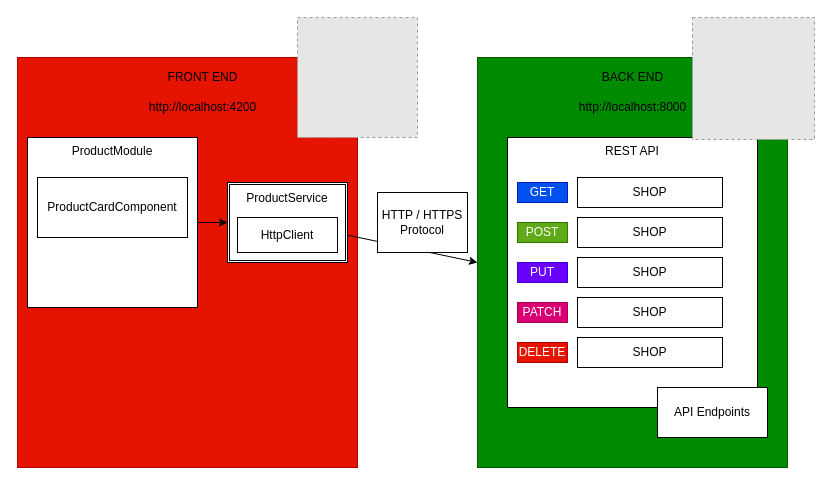
hello-world-capitanes/tienda-online-server-alumnos keeps this draw.io diagram as documents/frontend-vs-backend.drawio. Above is the earlier version. Source tidied: cells renumbered, new cells numbered last; positions are measured from the earlier drawing's top-left corner, leaving out a move shared by most shapes. Both pictures are drawn from the tidied source at 100%, with x=0, y=0 at pixel (17, 17). Pictures stored in the file or linked from it are replaced by grey dashed boxes.
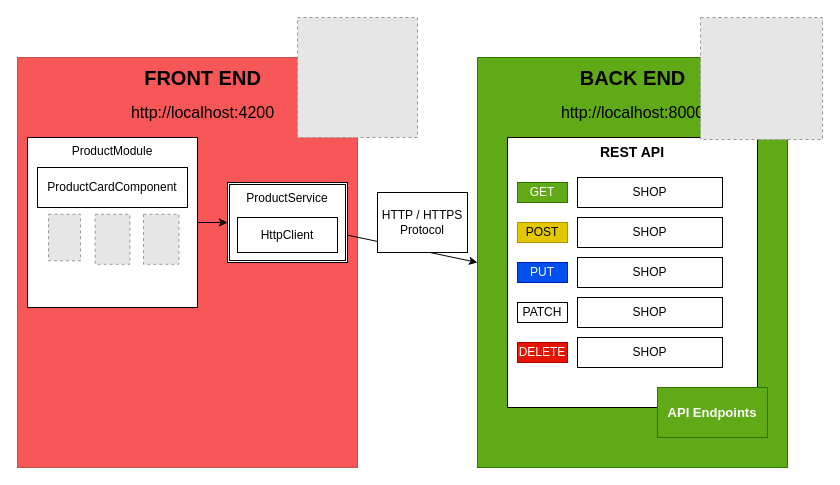
Above is the later version.

Commit message (it also covers changes not shown here):
User update functionality and diagrams

Diff of the diagram source:
```diff
@@
-    <mxCell id="2" style="rounded=0;whiteSpace=wrap;html=1;fillColor=#e51400;fontColor=#ffffff;strokeColor=#B20000;" parent="1" vertex="1">
+    <mxCell id="2" style="rounded=0;whiteSpace=wrap;html=1;fillColor=#F85757;strokeColor=#b85450;" parent="1" vertex="1">
       <mxGeometry y="40" width="340" height="410" as="geometry" />
     </mxCell>
-    <mxCell id="3" value="FRONT END" style="text;html=1;align=center;verticalAlign=middle;strokeColor=none;fillColor=none;" parent="1" vertex="1">
-      <mxGeometry x="140" y="50" width="90" height="20" as="geometry" />
+    <mxCell id="3" value="FRONT END" style="text;html=1;align=center;verticalAlign=middle;strokeColor=none;fillColor=none;strokeWidth=1;fontStyle=1;fontSize=20;" parent="1" vertex="1">
+      <mxGeometry x="120" y="45" width="130" height="30" as="geometry" />
     </mxCell>
-    <mxCell id="4" style="rounded=0;whiteSpace=wrap;html=1;fillColor=#008a00;fontColor=#ffffff;strokeColor=#005700;" parent="1" vertex="1">
+    <mxCell id="4" style="rounded=0;whiteSpace=wrap;html=1;fillColor=#60a917;strokeColor=#2D7600;fontColor=#ffffff;" parent="1" vertex="1">
       <mxGeometry x="460" y="40" width="310" height="410" as="geometry" />
     </mxCell>
-    <mxCell id="5" value="BACK END" style="text;html=1;align=center;verticalAlign=middle;strokeColor=none;fillColor=none;" parent="1" vertex="1">
-      <mxGeometry x="575" y="50" width="80" height="20" as="geometry" />
+    <mxCell id="5" value="BACK END" style="text;html=1;align=center;verticalAlign=middle;strokeColor=none;fillColor=none;fontSize=20;fontStyle=1;" parent="1" vertex="1">
+      <mxGeometry x="555" y="45" width="120" height="30" as="geometry" />
     </mxCell>
-    <mxCell id="6" value="http://localhost:4200" style="text;html=1;align=center;verticalAlign=middle;strokeColor=none;fillColor=none;" parent="1" vertex="1">
-      <mxGeometry x="125" y="80" width="120" height="20" as="geometry" />
+    <mxCell id="6" value="http://localhost:4200" style="text;html=1;align=center;verticalAlign=middle;strokeColor=none;fillColor=none;fontSize=16;" parent="1" vertex="1">
+      <mxGeometry x="105" y="85" width="160" height="20" as="geometry" />
     </mxCell>
-    <mxCell id="7" value="http://localhost:8000" style="text;html=1;align=center;verticalAlign=middle;strokeColor=none;fillColor=none;" parent="1" vertex="1">
-      <mxGeometry x="555" y="80" width="120" height="20" as="geometry" />
+    <mxCell id="7" value="http://localhost:8000" style="text;html=1;align=center;verticalAlign=middle;strokeColor=none;fillColor=none;fontSize=16;" parent="1" vertex="1">
+      <mxGeometry x="535" y="85" width="160" height="20" as="geometry" />
     </mxCell>
@@
     <mxCell id="10" value="ProductCardComponent" style="rounded=0;whiteSpace=wrap;html=1;" parent="1" vertex="1">
-      <mxGeometry x="20" y="160" width="150" height="60" as="geometry" />
+      <mxGeometry x="20" y="150" width="150" height="40" as="geometry" />
     </mxCell>
@@
-    <mxCell id="15" value="REST API" style="rounded=0;whiteSpace=wrap;html=1;verticalAlign=top;" parent="1" vertex="1">
+    <mxCell id="15" value="REST API" style="rounded=0;whiteSpace=wrap;html=1;verticalAlign=top;fontStyle=1;fontSize=14;" parent="1" vertex="1">
       <mxGeometry x="490" y="120" width="250" height="270" as="geometry" />
     </mxCell>
@@
-    <mxCell id="17" value="GET" style="rounded=0;whiteSpace=wrap;html=1;fillColor=#0050ef;fontColor=#ffffff;strokeColor=#001DBC;" parent="1" vertex="1">
+    <mxCell id="17" value="GET" style="rounded=0;whiteSpace=wrap;html=1;fillColor=#60a917;fontColor=#ffffff;strokeColor=#2D7600;" parent="1" vertex="1">
       <mxGeometry x="500" y="165" width="50" height="20" as="geometry" />
     </mxCell>
@@
-    <mxCell id="19" value="POST" style="rounded=0;whiteSpace=wrap;html=1;fillColor=#60a917;fontColor=#ffffff;strokeColor=#2D7600;" parent="1" vertex="1">
+    <mxCell id="19" value="POST" style="rounded=0;whiteSpace=wrap;html=1;fillColor=#e3c800;fontColor=#000000;strokeColor=#B09500;" parent="1" vertex="1">
       <mxGeometry x="500" y="205" width="50" height="20" as="geometry" />
     </mxCell>
@@
-    <mxCell id="21" value="PUT" style="rounded=0;whiteSpace=wrap;html=1;fillColor=#6a00ff;fontColor=#ffffff;strokeColor=#3700CC;" parent="1" vertex="1">
+    <mxCell id="21" value="PUT" style="rounded=0;whiteSpace=wrap;html=1;fillColor=#0050ef;fontColor=#ffffff;strokeColor=#001DBC;" parent="1" vertex="1">
       <mxGeometry x="500" y="245" width="50" height="20" as="geometry" />
     </mxCell>
@@
-    <mxCell id="23" value="PATCH" style="rounded=0;whiteSpace=wrap;html=1;fillColor=#d80073;fontColor=#ffffff;strokeColor=#A50040;" parent="1" vertex="1">
+    <mxCell id="23" value="PATCH" style="rounded=0;whiteSpace=wrap;html=1;" parent="1" vertex="1">
       <mxGeometry x="500" y="285" width="50" height="20" as="geometry" />
     </mxCell>
@@
-    <mxCell id="26" value="API Endpoints" style="rounded=0;whiteSpace=wrap;html=1;" parent="1" vertex="1">
+    <mxCell id="26" value="API Endpoints" style="rounded=0;whiteSpace=wrap;html=1;fillColor=#60a917;fontColor=#ffffff;strokeColor=#2D7600;fontStyle=1;fontSize=13;" parent="1" vertex="1">
       <mxGeometry x="640" y="370" width="110" height="50" as="geometry" />
     </mxCell>
@@
     <mxCell id="28" style="fillColor=#E6E6E6;strokeColor=#999999;dashed=1;verticalLabelPosition=bottom;labelBackgroundColor=#ffffff;verticalAlign=top;" parent="1" vertex="1">
-      <mxGeometry x="675" width="122" height="122" as="geometry" />
+      <mxGeometry x="683" width="122" height="122" as="geometry" />
     </mxCell>
+    <mxCell id="29" style="fillColor=#E6E6E6;strokeColor=#999999;dashed=1;verticalLabelPosition=bottom;labelBackgroundColor=#ffffff;verticalAlign=top;" parent="1" vertex="1">
+      <mxGeometry x="31" y="196.8" width="32" height="46.5" as="geometry" />
+    </mxCell>
+    <mxCell id="30" style="fillColor=#E6E6E6;strokeColor=#999999;dashed=1;verticalLabelPosition=bottom;labelBackgroundColor=#ffffff;verticalAlign=top;" parent="1" vertex="1">
+      <mxGeometry x="126" y="196.8" width="35.4" height="50" as="geometry" />
+    </mxCell>
+    <mxCell id="31" style="fillColor=#E6E6E6;strokeColor=#999999;dashed=1;verticalLabelPosition=bottom;labelBackgroundColor=#ffffff;verticalAlign=top;" parent="1" vertex="1">
+      <mxGeometry x="77.7" y="196.8" width="34.7" height="50" as="geometry" />
+    </mxCell>
```
